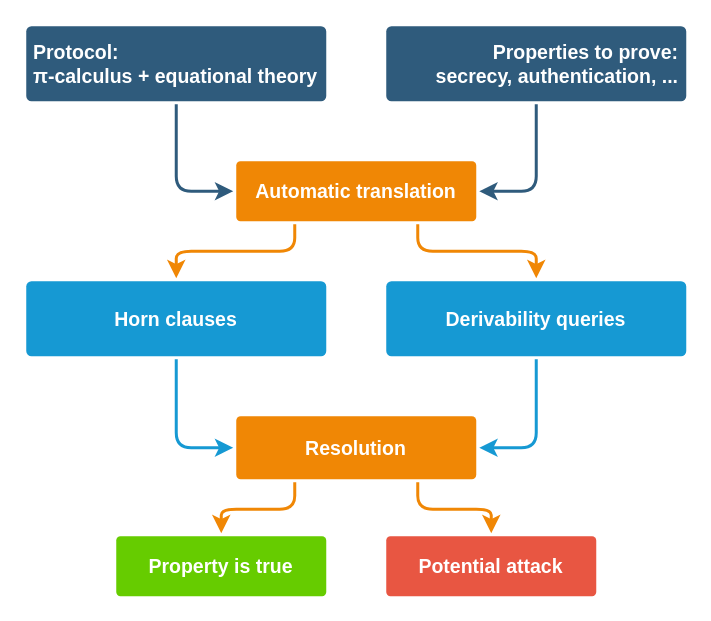
This is images_source/proverif-verification-method.drawio from AlessandroZanatta/Bachelor-Thesis, a draw.io file, before an edit. Source tidied: cells renumbered, new cells numbered last; positions are measured from the earlier drawing's top-left corner, leaving out a move shared by most shapes. Both pictures are drawn from the tidied source at 150%, with x=0, y=0 at pixel (26, 26).
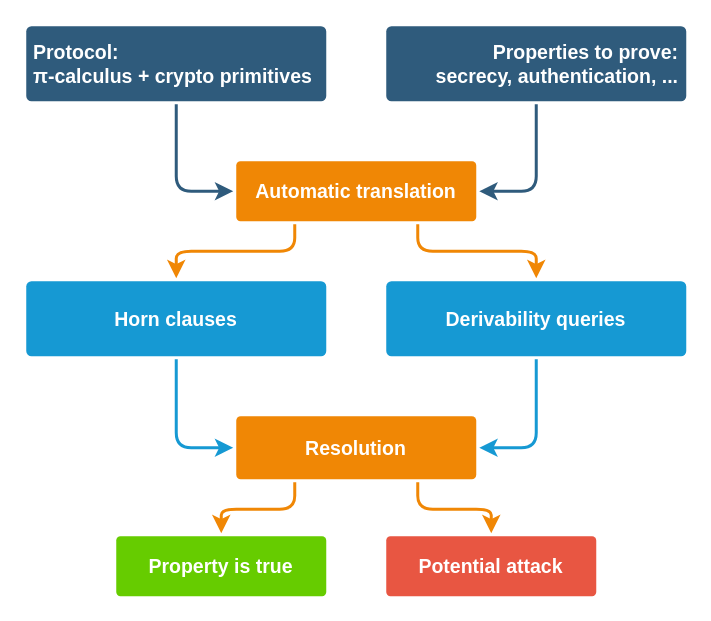
Above is the later version.

Commit message (it also covers changes not shown here):
Added pi-calculus section and others

What changed in the source:
```diff
@@
-    <mxCell id="3" value="&lt;div style=&quot;font-size: 13px&quot;&gt;Protocol:&lt;/div&gt;&lt;div style=&quot;font-size: 13px&quot;&gt;π-calculus + equational theory&lt;br style=&quot;font-size: 13px&quot;&gt;&lt;/div&gt;" style="rounded=1;whiteSpace=wrap;html=1;shadow=0;labelBackgroundColor=none;strokeColor=none;strokeWidth=3;fillColor=#2F5B7C;fontFamily=Helvetica;fontSize=13;fontColor=#FFFFFF;align=left;fontStyle=1;spacing=5;arcSize=7;perimeterSpacing=2;" parent="1" vertex="1">
+    <mxCell id="3" value="&lt;div style=&quot;font-size: 13px&quot;&gt;Protocol:&lt;/div&gt;&lt;div style=&quot;font-size: 13px&quot;&gt;π-calculus + crypto primitives&lt;br style=&quot;font-size: 13px&quot;&gt;&lt;/div&gt;" style="rounded=1;whiteSpace=wrap;html=1;shadow=0;labelBackgroundColor=none;strokeColor=none;strokeWidth=3;fillColor=#2F5B7C;fontFamily=Helvetica;fontSize=13;fontColor=#FFFFFF;align=left;fontStyle=1;spacing=5;arcSize=7;perimeterSpacing=2;" parent="1" vertex="1">
       <mxGeometry width="200" height="50" as="geometry" />
     </mxCell>
```
